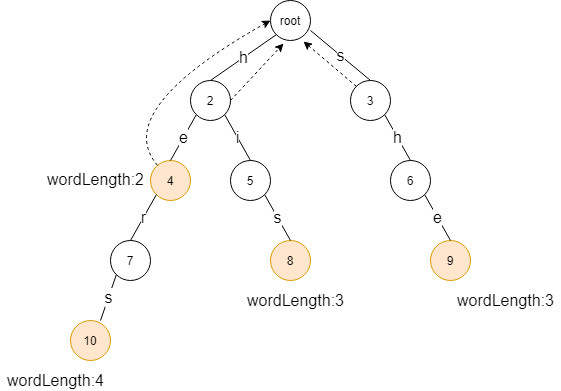
Before: images/automation-6.png, a diagram exported from draw.io (guozhchun/guozhchun.github.io). Source tidied: cells renumbered, new cells last; positions are measured from the earlier drawing's top-left corner, leaving out a move shared by most shapes.
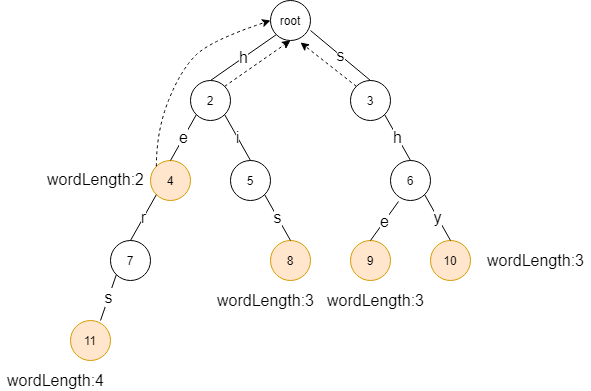
Above is the later version.

What changed in the source:
```diff
@@ -28,13 +28,13 @@
     <mxCell id="9" value="3" style="ellipse;whiteSpace=wrap;html=1;" parent="1" vertex="1">
       <mxGeometry x="350" y="80" width="40" height="40" as="geometry" />
     </mxCell>
-    <mxCell id="10" value="9" style="ellipse;whiteSpace=wrap;html=1;fillColor=#ffe6cc;strokeColor=#d79b00;" parent="1" vertex="1">
-      <mxGeometry x="430" y="240" width="40" height="40" as="geometry" />
+    <mxCell id="10" value="9" style="ellipse;whiteSpace=wrap;html=1;fillColor=#ffe6cc;strokeColor=#d79b00;direction=west;" parent="1" vertex="1">
+      <mxGeometry x="350" y="240" width="40" height="40" as="geometry" />
     </mxCell>
     <mxCell id="11" value="6" style="ellipse;whiteSpace=wrap;html=1;" parent="1" vertex="1">
       <mxGeometry x="390" y="160" width="40" height="40" as="geometry" />
     </mxCell>
-    <mxCell id="12" value="&lt;font size=&quot;3&quot;&gt;e&lt;/font&gt;" style="endArrow=none;html=1;exitX=0.5;exitY=0;exitDx=0;exitDy=0;entryX=1;entryY=1;entryDx=0;entryDy=0;" parent="1" edge="1" source="10" target="11">
+    <mxCell id="12" value="&lt;font size=&quot;3&quot;&gt;e&lt;/font&gt;" style="endArrow=none;html=1;exitX=0.5;exitY=1;exitDx=0;exitDy=0;entryX=0.2;entryY=1.025;entryDx=0;entryDy=0;entryPerimeter=0;" parent="1" edge="1" source="10" target="11">
       <mxGeometry relative="1" as="geometry" />
     </mxCell>
     <mxCell id="13" value="&lt;font size=&quot;3&quot;&gt;h&lt;/font&gt;" style="endArrow=none;html=1;entryX=1;entryY=1;entryDx=0;entryDy=0;exitX=0.5;exitY=0;exitDx=0;exitDy=0;" parent="1" edge="1" source="11" target="9">
@@ -51,7 +51,7 @@
     <mxCell id="16" value="&lt;font style=&quot;font-size: 16px&quot;&gt;r&lt;/font&gt;" style="endArrow=none;html=1;entryX=0;entryY=1;entryDx=0;entryDy=0;exitX=0.5;exitY=0;exitDx=0;exitDy=0;" parent="1" edge="1" source="15" target="5">
       <mxGeometry relative="1" as="geometry" />
     </mxCell>
-    <mxCell id="17" value="10" style="ellipse;whiteSpace=wrap;html=1;fillColor=#ffe6cc;strokeColor=#d79b00;" parent="1" vertex="1">
+    <mxCell id="17" value="11" style="ellipse;whiteSpace=wrap;html=1;fillColor=#ffe6cc;strokeColor=#d79b00;" parent="1" vertex="1">
       <mxGeometry x="70" y="320" width="40" height="40" as="geometry" />
     </mxCell>
     <mxCell id="18" value="&lt;font style=&quot;font-size: 16px&quot;&gt;s&lt;/font&gt;" style="endArrow=none;html=1;exitX=0.75;exitY=0;exitDx=0;exitDy=0;exitPerimeter=0;entryX=0;entryY=1;entryDx=0;entryDy=0;" parent="1" edge="1" source="17" target="15">
@@ -70,21 +70,32 @@
       <mxGeometry y="370" width="110" height="20" as="geometry" />
     </mxCell>
     <mxCell id="23" value="&lt;font style=&quot;font-size: 16px&quot;&gt;wordLength:3&lt;/font&gt;" style="text;html=1;align=center;verticalAlign=middle;" parent="1" vertex="1">
-      <mxGeometry x="240" y="290" width="110" height="20" as="geometry" />
+      <mxGeometry x="210" y="290" width="110" height="20" as="geometry" />
     </mxCell>
     <mxCell id="24" value="&lt;font style=&quot;font-size: 16px&quot;&gt;wordLength:3&lt;/font&gt;" style="text;html=1;align=center;verticalAlign=middle;" parent="1" vertex="1">
-      <mxGeometry x="450" y="290" width="110" height="20" as="geometry" />
+      <mxGeometry x="320" y="290" width="110" height="20" as="geometry" />
     </mxCell>
+    <mxCell id="28" value="10" style="ellipse;whiteSpace=wrap;html=1;fillColor=#ffe6cc;strokeColor=#d79b00;direction=west;" parent="1" vertex="1">
+      <mxGeometry x="430" y="240" width="40" height="40" as="geometry" />
+    </mxCell>
+    <mxCell id="29" value="&lt;font size=&quot;3&quot;&gt;y&lt;/font&gt;" style="endArrow=none;html=1;exitX=0.5;exitY=1;exitDx=0;exitDy=0;entryX=1;entryY=1;entryDx=0;entryDy=0;" parent="1" edge="1" source="28" target="11">
+      <mxGeometry relative="1" as="geometry" />
+    </mxCell>
+    <mxCell id="30" value="&lt;font style=&quot;font-size: 16px&quot;&gt;wordLength:3&lt;/font&gt;" style="text;html=1;align=center;verticalAlign=middle;" parent="1" vertex="1">
+      <mxGeometry x="480" y="250" width="110" height="20" as="geometry" />
+    </mxCell>
-    <mxCell id="25" style="endArrow=classic;html=1;exitX=1;exitY=0.5;exitDx=0;exitDy=0;entryX=0.325;entryY=1.075;entryDx=0;entryDy=0;entryPerimeter=0;dashed=1;" parent="1" edge="1" source="3" target="2">
+    <mxCell id="25" style="endArrow=classic;html=1;dashed=1;exitX=1;exitY=0;exitDx=0;exitDy=0;entryX=0.5;entryY=1;entryDx=0;entryDy=0;" parent="1" edge="1" source="3" target="2">
       <mxGeometry relative="1" as="geometry" />
     </mxCell>
-    <mxCell id="26" style="endArrow=classic;html=1;exitX=0;exitY=0;exitDx=0;exitDy=0;entryX=0.825;entryY=1.025;entryDx=0;entryDy=0;entryPerimeter=0;dashed=1;" parent="1" edge="1" source="9" target="2">
+    <mxCell id="26" style="endArrow=classic;html=1;dashed=1;exitX=0;exitY=0;exitDx=0;exitDy=0;entryX=0.75;entryY=1.05;entryDx=0;entryDy=0;entryPerimeter=0;" parent="1" edge="1" source="9" target="2">
       <mxGeometry relative="1" as="geometry" />
     </mxCell>
-    <mxCell id="27" style="curved=1;endArrow=classic;html=1;dashed=1;entryX=0;entryY=0.5;entryDx=0;entryDy=0;" parent="1" edge="1" source="5" target="2">
+    <mxCell id="27" style="curved=1;endArrow=classic;html=1;dashed=1;exitX=0;exitY=0;exitDx=0;exitDy=0;entryX=0;entryY=0.5;entryDx=0;entryDy=0;" parent="1" edge="1" source="5" target="2">
       <mxGeometry relative="1" as="geometry">
         <Array as="points">
-          <mxPoint x="110" y="110" />
+          <mxPoint x="156" y="130" />
+          <mxPoint x="180" y="70" />
+          <mxPoint x="210" y="40" />
         </Array>
       </mxGeometry>
     </mxCell>
```
